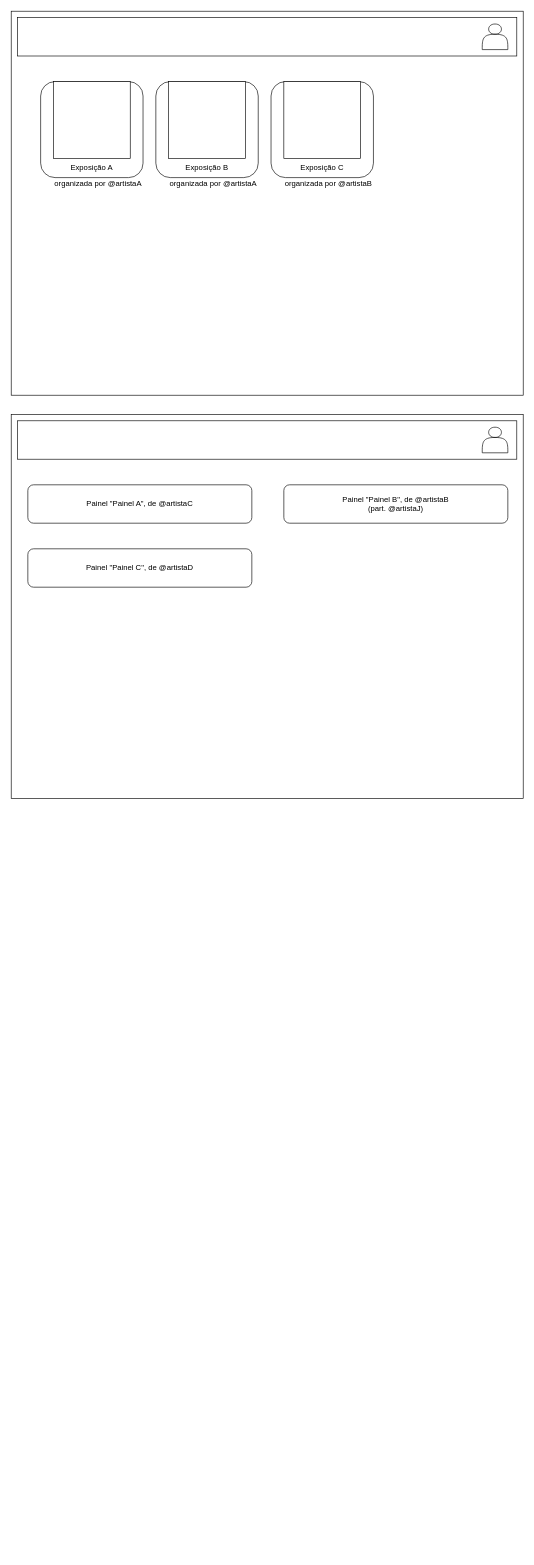
Above: UnderExpo.drawio in GustavoDeOliveira/underexpo (draw.io), before the change. Source tidied: cells renumbered, new cells numbered last; positions are measured from the earlier drawing's top-left corner, leaving out a move shared by most shapes. Both pictures are drawn from the tidied source at 64%, with x=0, y=0 at pixel (11, 11).
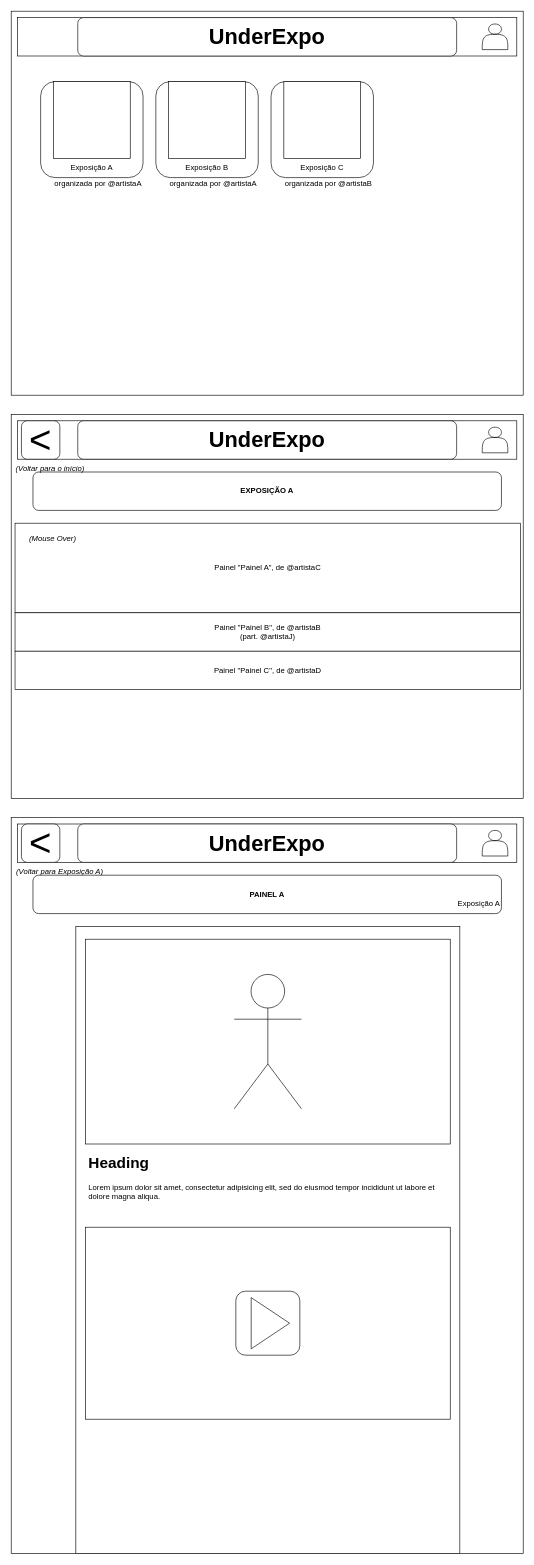
After the change.

Diff of the diagram source:
```diff
@@
-    <mxCell id="23" value="Painel &quot;Painel A&quot;, de @artistaC" style="rounded=1;whiteSpace=wrap;html=1;" parent="1" vertex="1">
-      <mxGeometry x="26" y="740" width="350" height="60" as="geometry" />
+    <mxCell id="23" value="Painel &quot;Painel A&quot;, de @artistaC" style="rounded=0;whiteSpace=wrap;html=1;" parent="1" vertex="1">
+      <mxGeometry x="6" y="800" width="790" height="140" as="geometry" />
     </mxCell>
-    <mxCell id="24" value="Painel &quot;Painel B&quot;, de @artistaB&lt;br&gt;(part. @artistaJ)" style="rounded=1;whiteSpace=wrap;html=1;" parent="1" vertex="1">
-      <mxGeometry x="426" y="740" width="350" height="60" as="geometry" />
+    <mxCell id="24" value="Painel &quot;Painel B&quot;, de @artistaB&lt;br&gt;(part. @artistaJ)" style="rounded=0;whiteSpace=wrap;html=1;" parent="1" vertex="1">
+      <mxGeometry x="6" y="940" width="790" height="60" as="geometry" />
     </mxCell>
-    <mxCell id="25" value="Painel &quot;Painel C&quot;, de @artistaD" style="rounded=1;whiteSpace=wrap;html=1;" parent="1" vertex="1">
-      <mxGeometry x="26" y="840" width="350" height="60" as="geometry" />
+    <mxCell id="25" value="Painel &quot;Painel C&quot;, de @artistaD" style="rounded=0;whiteSpace=wrap;html=1;" parent="1" vertex="1">
+      <mxGeometry x="6" y="1000" width="790" height="60" as="geometry" />
     </mxCell>
+    <mxCell id="26" value="(Mouse Over)" style="text;html=1;strokeColor=none;fillColor=none;align=center;verticalAlign=middle;whiteSpace=wrap;rounded=0;fontStyle=2;" parent="1" vertex="1">
+      <mxGeometry x="10" y="810" width="110" height="30" as="geometry" />
+    </mxCell>
+    <mxCell id="27" style="rounded=0;whiteSpace=wrap;html=1;" parent="1" vertex="1">
+      <mxGeometry y="1260" width="800" height="1150" as="geometry" />
+    </mxCell>
+    <mxCell id="28" style="rounded=0;whiteSpace=wrap;html=1;" parent="1" vertex="1">
+      <mxGeometry x="10" y="1270" width="780" height="60" as="geometry" />
+    </mxCell>
+    <mxCell id="29" style="shape=actor;whiteSpace=wrap;html=1;" parent="1" vertex="1">
+      <mxGeometry x="736" y="1280" width="40" height="40" as="geometry" />
+    </mxCell>
+    <mxCell id="30" style="rounded=0;whiteSpace=wrap;html=1;" parent="1" vertex="1">
+      <mxGeometry x="101" y="1430" width="600" height="980" as="geometry" />
+    </mxCell>
+    <mxCell id="31" value="&amp;lt;" style="rounded=1;whiteSpace=wrap;html=1;fontSize=60;fontStyle=0;" parent="1" vertex="1">
+      <mxGeometry x="16" y="640" width="60" height="60" as="geometry" />
+    </mxCell>
+    <mxCell id="32" value="EXPOSIÇÃO A" style="rounded=1;whiteSpace=wrap;html=1;fontStyle=1;" parent="1" vertex="1">
+      <mxGeometry x="34" y="720" width="732" height="60" as="geometry" />
+    </mxCell>
+    <mxCell id="33" value="UnderExpo" style="rounded=1;whiteSpace=wrap;html=1;fontSize=34;fontStyle=1;" parent="1" vertex="1">
+      <mxGeometry x="104" y="10" width="592" height="60" as="geometry" />
+    </mxCell>
+    <mxCell id="34" value="UnderExpo" style="rounded=1;whiteSpace=wrap;html=1;fontSize=34;fontStyle=1;" parent="1" vertex="1">
+      <mxGeometry x="104" y="640" width="592" height="60" as="geometry" />
+    </mxCell>
+    <mxCell id="35" value="(Voltar para o início)" style="text;html=1;strokeColor=none;fillColor=none;align=center;verticalAlign=middle;whiteSpace=wrap;rounded=0;fontStyle=2;" parent="1" vertex="1">
+      <mxGeometry x="6" y="700" width="110" height="30" as="geometry" />
+    </mxCell>
+    <mxCell id="36" value="&amp;lt;" style="rounded=1;whiteSpace=wrap;html=1;fontSize=60;fontStyle=0;" parent="1" vertex="1">
+      <mxGeometry x="16" y="1270" width="60" height="60" as="geometry" />
+    </mxCell>
+    <mxCell id="37" value="(Voltar para Exposição A)" style="text;html=1;strokeColor=none;fillColor=none;align=center;verticalAlign=middle;whiteSpace=wrap;rounded=0;fontStyle=2;" parent="1" vertex="1">
+      <mxGeometry x="6" y="1330" width="140" height="30" as="geometry" />
+    </mxCell>
+    <mxCell id="38" value="UnderExpo" style="rounded=1;whiteSpace=wrap;html=1;fontSize=34;fontStyle=1;" parent="1" vertex="1">
+      <mxGeometry x="104" y="1270" width="592" height="60" as="geometry" />
+    </mxCell>
+    <mxCell id="39" value="&lt;b&gt;PAINEL A&lt;/b&gt;" style="rounded=1;whiteSpace=wrap;html=1;" parent="1" vertex="1">
+      <mxGeometry x="34" y="1350" width="732" height="60" as="geometry" />
+    </mxCell>
+    <mxCell id="40" value="Exposição A" style="text;html=1;strokeColor=none;fillColor=none;align=center;verticalAlign=middle;whiteSpace=wrap;rounded=0;" parent="1" vertex="1">
+      <mxGeometry x="696" y="1380" width="70" height="30" as="geometry" />
+    </mxCell>
+    <mxCell id="41" style="rounded=0;whiteSpace=wrap;html=1;" parent="1" vertex="1">
+      <mxGeometry x="116" y="1450" width="570" height="320" as="geometry" />
+    </mxCell>
+    <mxCell id="42" value="&lt;h1&gt;Heading&lt;/h1&gt;&lt;p&gt;Lorem ipsum dolor sit amet, consectetur adipisicing elit, sed do eiusmod tempor incididunt ut labore et dolore magna aliqua.&lt;/p&gt;" style="text;html=1;strokeColor=none;fillColor=none;spacing=5;spacingTop=-20;whiteSpace=wrap;overflow=hidden;rounded=0;" parent="1" vertex="1">
+      <mxGeometry x="116" y="1780" width="570" height="90" as="geometry" />
+    </mxCell>
+    <mxCell id="43" style="shape=umlActor;verticalLabelPosition=bottom;verticalAlign=top;html=1;" parent="1" vertex="1">
+      <mxGeometry x="348.5" y="1505" width="105" height="210" as="geometry" />
+    </mxCell>
+    <mxCell id="44" style="rounded=0;whiteSpace=wrap;html=1;" parent="1" vertex="1">
+      <mxGeometry x="116" y="1900" width="570" height="300" as="geometry" />
+    </mxCell>
+    <mxCell id="45" style="rounded=1;whiteSpace=wrap;html=1;" parent="1" vertex="1">
+      <mxGeometry x="351" y="2000" width="100" height="100" as="geometry" />
+    </mxCell>
+    <mxCell id="46" style="triangle;whiteSpace=wrap;html=1;" parent="1" vertex="1">
+      <mxGeometry x="375" y="2010" width="60" height="80" as="geometry" />
+    </mxCell>
```
